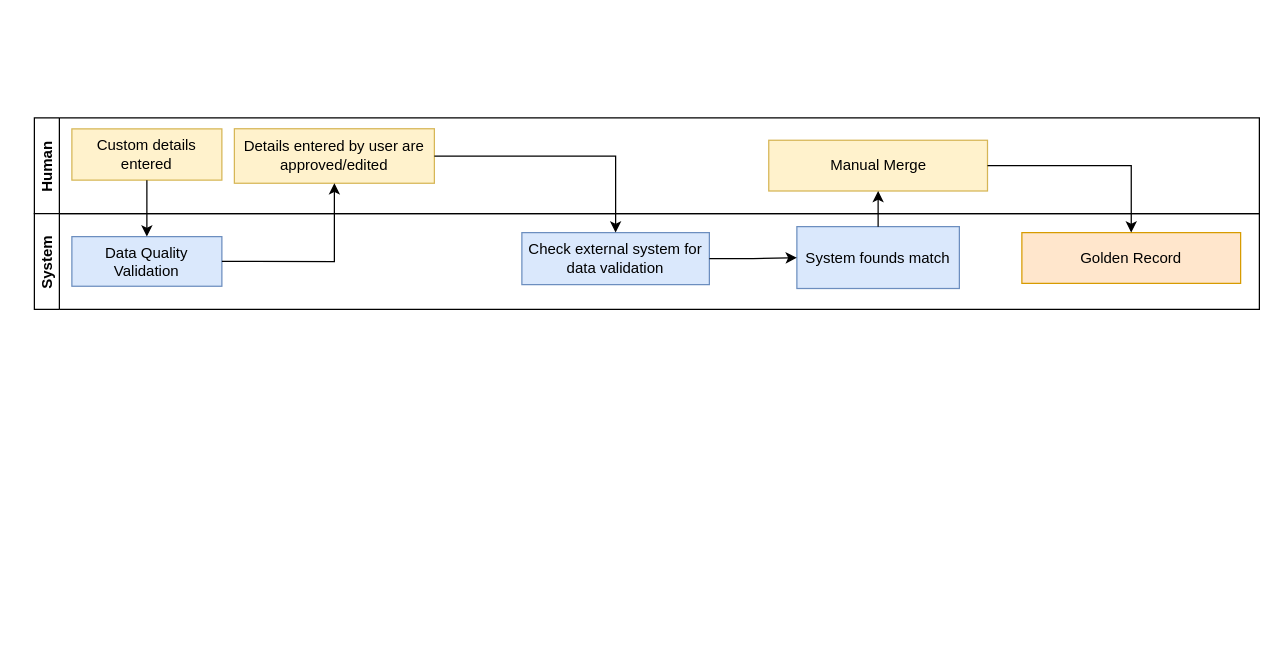
Before: MDM-Processes.drawio in biswarup81/drawings, a draw.io diagram. Source tidied: cells renumbered, new cells numbered last; positions are measured from the earlier drawing's top-left corner, leaving out a move shared by most shapes. Both pictures are drawn from the tidied source at 125%, with x=0, y=0 at pixel (34, 21).
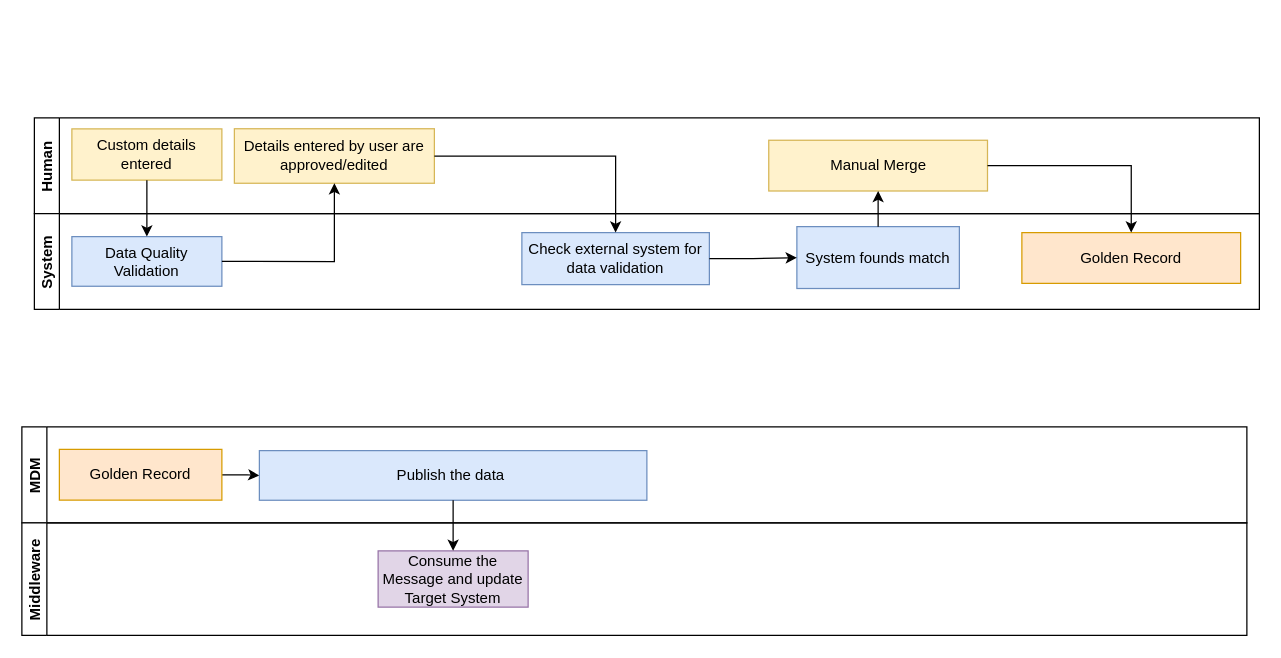
Above is the later version.

What changed in the source:
```diff
@@
+    <mxCell id="18" value="MDM" style="swimlane;startSize=20;horizontal=0;" parent="1" vertex="1">
+      <mxGeometry x="-10" y="324" width="980" height="76.7" as="geometry" />
+    </mxCell>
+    <mxCell id="19" style="edgeStyle=orthogonalEdgeStyle;rounded=0;jettySize=auto;html=1;" parent="18" edge="1" source="20" target="21">
+      <mxGeometry relative="1" as="geometry" />
+    </mxCell>
+    <mxCell id="20" value="Golden Record" style="whiteSpace=wrap;html=1;rounded=0;strokeColor=#d79b00;fillColor=#ffe6cc;" parent="18" vertex="1">
+      <mxGeometry x="30" y="18" width="130" height="40.6" as="geometry" />
+    </mxCell>
+    <mxCell id="21" value="Publish the data&amp;nbsp;" style="rounded=0;whiteSpace=wrap;html=1;fillColor=#dae8fc;strokeColor=#6c8ebf;" parent="18" vertex="1">
+      <mxGeometry x="190" y="19" width="310" height="39.7" as="geometry" />
+    </mxCell>
+    <mxCell id="22" value="Middleware" style="swimlane;startSize=20;horizontal=0;" parent="1" vertex="1">
+      <mxGeometry x="-10" y="400.7" width="980" height="90" as="geometry" />
+    </mxCell>
+    <mxCell id="23" value="Consume the Message and update Target System" style="whiteSpace=wrap;html=1;rounded=0;strokeColor=#9673a6;fillColor=#e1d5e7;" parent="22" vertex="1">
+      <mxGeometry x="285" y="22.5" width="120" height="45" as="geometry" />
+    </mxCell>
+    <mxCell id="24" style="edgeStyle=orthogonalEdgeStyle;rounded=0;jettySize=auto;html=1;" parent="1" edge="1" source="21" target="23">
+      <mxGeometry relative="1" as="geometry" />
+    </mxCell>
```
